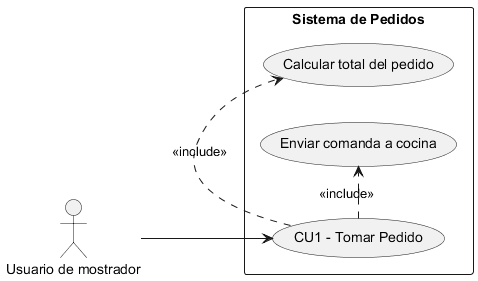
The PlantUML diagram diagramas/02-casos-de-uso/02-caso-uso-tomar-pedido-01.png in santimarM/SistemaPedidos, before a commit. The source it was exported from:
```plantuml
@startuml
left to right direction
skinparam packageStyle rectangle

actor "Usuario de mostrador" as Usuario

rectangle "Sistema de Pedidos" {
  usecase "CU1 - Tomar Pedido" as UC1
  usecase "Calcular total del pedido" as UC1a
  usecase "Enviar comanda a cocina" as UC1b
}

Usuario --> UC1
UC1 .> UC1a : <<include>>
UC1 .> UC1b : <<include>>
@enduml
```
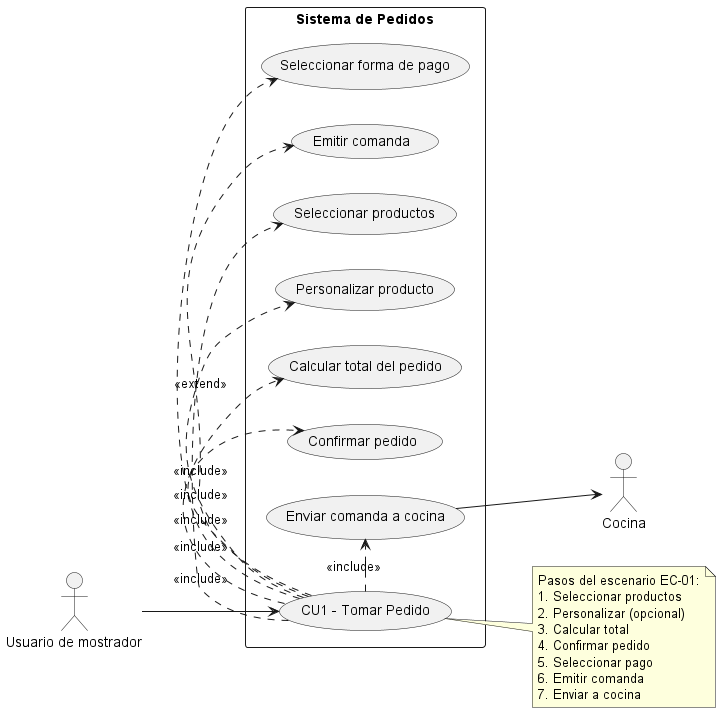
After the commit.

Diff of the diagram source:
```diff
@@ -3,14 +3,37 @@
 skinparam packageStyle rectangle
 
 actor "Usuario de mostrador" as Usuario
+actor "Cocina" as Cocina
 
 rectangle "Sistema de Pedidos" {
   usecase "CU1 - Tomar Pedido" as UC1
-  usecase "Calcular total del pedido" as UC1a
-  usecase "Enviar comanda a cocina" as UC1b
+  usecase "Seleccionar productos" as UC1a
+  usecase "Personalizar producto" as UC1b
+  usecase "Calcular total del pedido" as UC1c
+  usecase "Confirmar pedido" as UC1d
+  usecase "Seleccionar forma de pago" as UC1e
+  usecase "Emitir comanda" as UC1f
+  usecase "Enviar comanda a cocina" as UC1g
 }
 
 Usuario --> UC1
 UC1 .> UC1a : <<include>>
-UC1 .> UC1b : <<include>>
+UC1 .> UC1b : <<extend>>
+UC1 .> UC1c : <<include>>
+UC1 .> UC1d : <<include>>
+UC1 .> UC1e : <<include>>
+UC1 .> UC1f : <<include>>
+UC1 .> UC1g : <<include>>
+UC1g --> Cocina
+
+note right of UC1
+  Pasos del escenario EC-01:
+  1. Seleccionar productos
+  2. Personalizar (opcional)
+  3. Calcular total
+  4. Confirmar pedido
+  5. Seleccionar pago
+  6. Emitir comanda
+  7. Enviar a cocina
+end note
 @enduml
```
